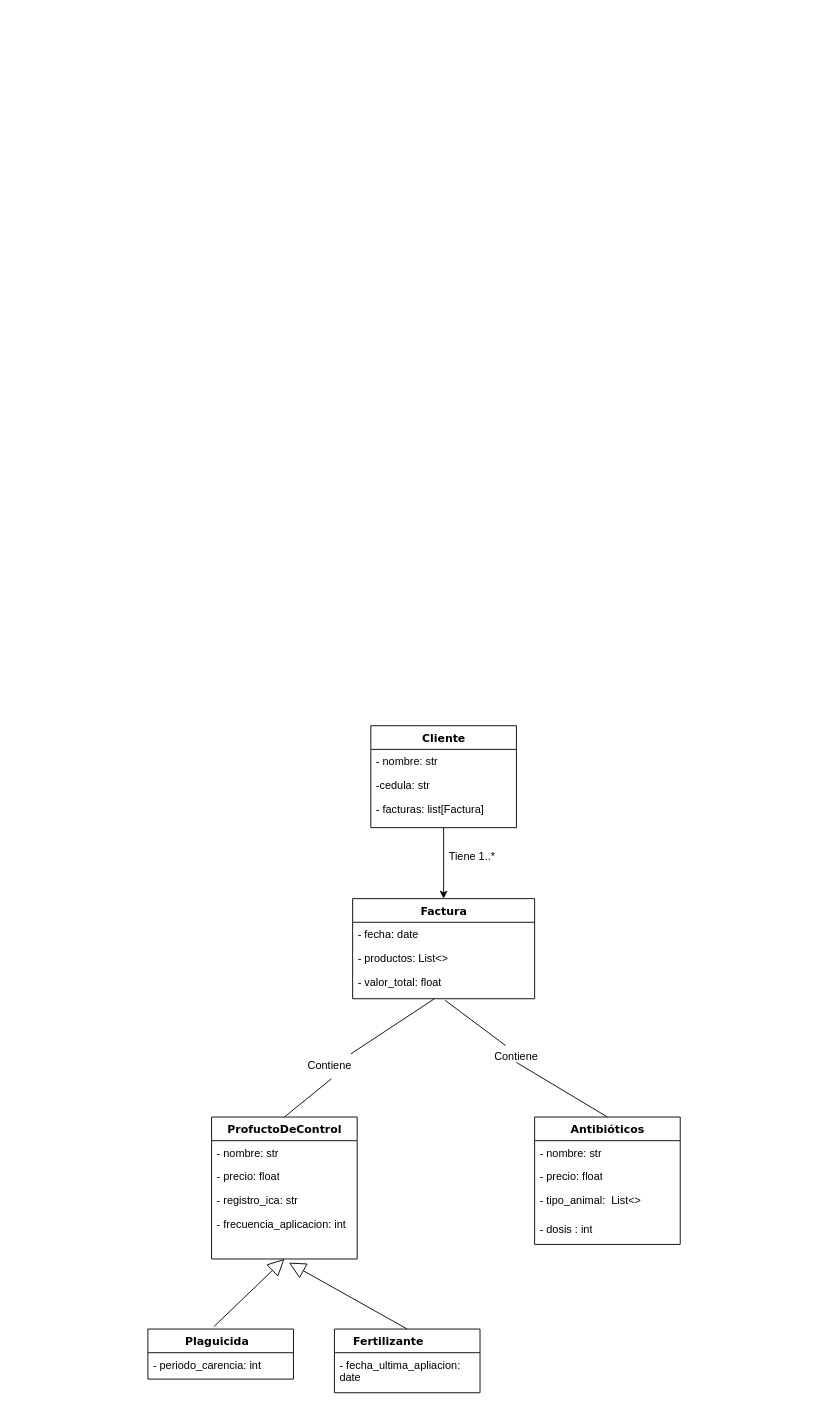
Above: Projecto_Facturacion.drawio in gpjuo2018/ProyectoFacturacion (draw.io), before the change. Source tidied: cells renumbered, new cells numbered last; positions are measured from the earlier drawing's top-left corner, leaving out a move shared by most shapes. Both pictures are drawn from the tidied source at 91%, with x=0, y=0 at pixel (147, 725).
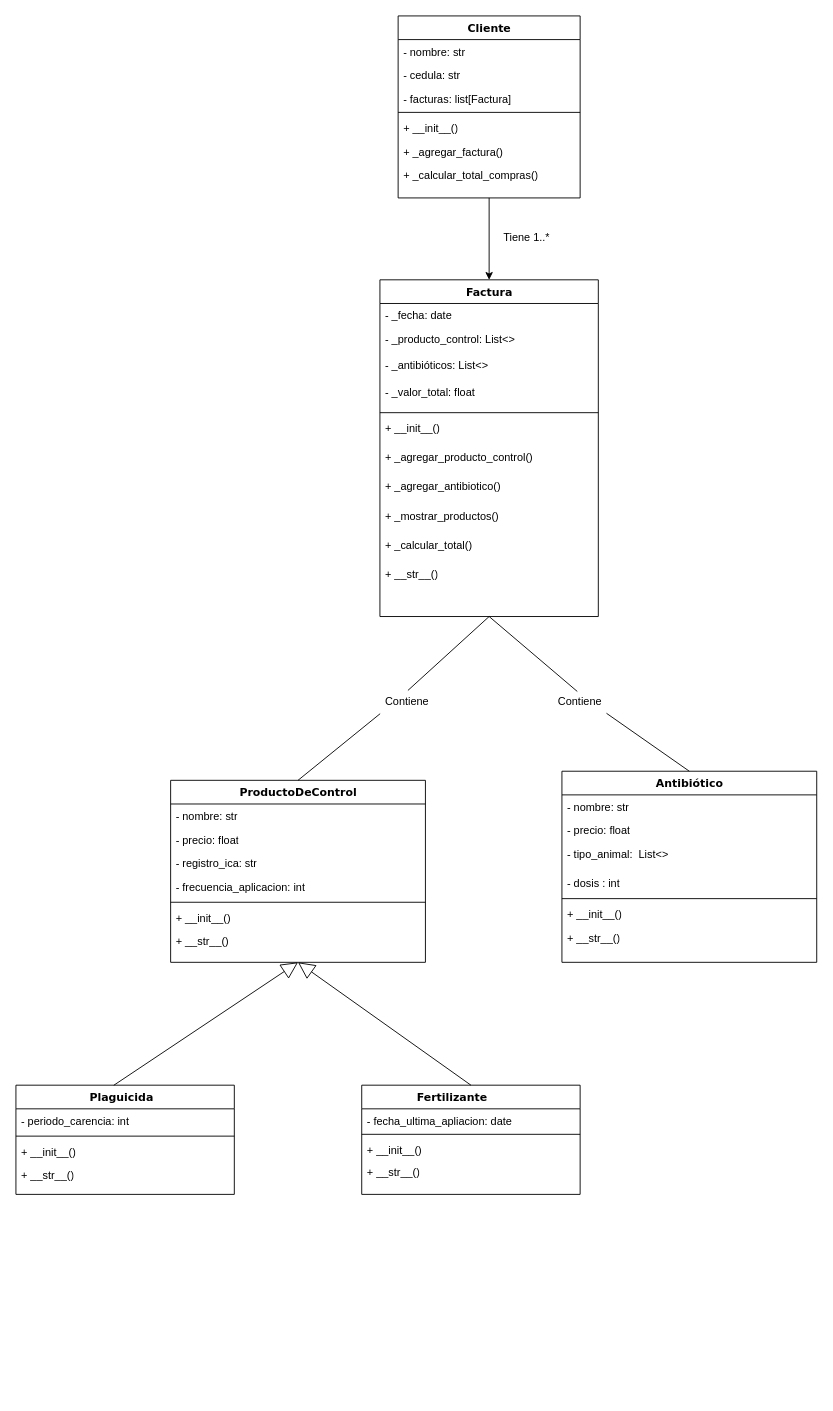
Above is the later version.

Change to the diagram source:
```diff
@@
-    <mxCell id="2" value="ProfuctoDeControl" style="swimlane;html=1;fontStyle=1;align=center;verticalAlign=top;horizontal=1;startSize=26;swimlaneFillColor=#ffffff;rounded=0;shadow=0;comic=0;labelBackgroundColor=none;strokeWidth=1;fillColor=none;fontFamily=Verdana;fontSize=12;" parent="1" vertex="1">
-      <mxGeometry x="70" y="430" width="160" height="156" as="geometry" />
+    <mxCell id="2" value="ProductoDeControl" style="swimlane;html=1;fontStyle=1;align=center;verticalAlign=top;horizontal=1;startSize=26;swimlaneFillColor=#ffffff;rounded=0;shadow=0;comic=0;labelBackgroundColor=none;strokeWidth=1;fillColor=none;fontFamily=Verdana;fontSize=12;" parent="1" vertex="1">
+      <mxGeometry x="25" y="60" width="280" height="200" as="geometry" />
     </mxCell>
     <mxCell id="3" value="&lt;div&gt;- nombre: str&lt;/div&gt;" style="text;html=1;strokeColor=none;fillColor=none;align=left;verticalAlign=top;spacingLeft=4;spacingRight=4;whiteSpace=wrap;overflow=hidden;" parent="2" vertex="1">
-      <mxGeometry y="26" width="160" height="26" as="geometry" />
+      <mxGeometry y="26" width="280" height="26" as="geometry" />
     </mxCell>
     <mxCell id="4" value="&lt;div&gt;- precio: float&lt;/div&gt;" style="text;html=1;strokeColor=none;fillColor=none;align=left;verticalAlign=top;spacingLeft=4;spacingRight=4;whiteSpace=wrap;overflow=hidden;" parent="2" vertex="1">
-      <mxGeometry y="52" width="160" height="26" as="geometry" />
+      <mxGeometry y="52" width="280" height="26" as="geometry" />
     </mxCell>
     <mxCell id="5" value="- registro_ica: str" style="text;html=1;strokeColor=none;fillColor=none;align=left;verticalAlign=top;spacingLeft=4;spacingRight=4;whiteSpace=wrap;overflow=hidden;" parent="2" vertex="1">
-      <mxGeometry y="78" width="160" height="26" as="geometry" />
+      <mxGeometry y="78" width="280" height="26" as="geometry" />
     </mxCell>
     <mxCell id="6" value="- frecuencia_aplicacion: int" style="text;html=1;strokeColor=none;fillColor=none;align=left;verticalAlign=top;spacingLeft=4;spacingRight=4;whiteSpace=wrap;overflow=hidden;" parent="2" vertex="1">
-      <mxGeometry y="104" width="160" height="26" as="geometry" />
+      <mxGeometry y="104" width="280" height="26" as="geometry" />
     </mxCell>
+    <mxCell id="34" style="line;strokeWidth=1;fillColor=none;align=left;verticalAlign=middle;spacingTop=-1;spacingLeft=3;spacingRight=3;labelPosition=right;strokeColor=inherit;" parent="2" vertex="1">
+      <mxGeometry y="130" width="280" height="8" as="geometry" />
+    </mxCell>
+    <mxCell id="35" value="+&amp;nbsp;__init__()" style="text;html=1;strokeColor=none;fillColor=none;align=left;verticalAlign=top;spacingLeft=4;spacingRight=4;whiteSpace=wrap;overflow=hidden;" parent="2" vertex="1">
+      <mxGeometry y="138" width="280" height="26" as="geometry" />
+    </mxCell>
+    <mxCell id="36" value="+&amp;nbsp;__str__()" style="text;html=1;strokeColor=none;fillColor=none;align=left;verticalAlign=top;spacingLeft=4;spacingRight=4;whiteSpace=wrap;overflow=hidden;" parent="2" vertex="1">
+      <mxGeometry y="164" width="280" height="26" as="geometry" />
+    </mxCell>
     <mxCell id="7" value="Cliente" style="swimlane;html=1;fontStyle=1;align=center;verticalAlign=top;horizontal=1;startSize=26;swimlaneFillColor=#ffffff;rounded=0;shadow=0;comic=0;labelBackgroundColor=none;strokeWidth=1;fillColor=none;fontFamily=Verdana;fontSize=12;" parent="1" vertex="1">
-      <mxGeometry x="245" width="160" height="112" as="geometry" />
+      <mxGeometry x="275" y="-780" width="200" height="200" as="geometry" />
     </mxCell>
     <mxCell id="8" value="- nombre: str" style="text;html=1;strokeColor=none;fillColor=none;align=left;verticalAlign=top;spacingLeft=4;spacingRight=4;whiteSpace=wrap;overflow=hidden;" parent="7" vertex="1">
-      <mxGeometry y="26" width="160" height="26" as="geometry" />
+      <mxGeometry y="26" width="200" height="26" as="geometry" />
     </mxCell>
-    <mxCell id="9" value="-cedula: str" style="text;html=1;strokeColor=none;fillColor=none;align=left;verticalAlign=top;spacingLeft=4;spacingRight=4;whiteSpace=wrap;overflow=hidden;" parent="7" vertex="1">
-      <mxGeometry y="52" width="160" height="26" as="geometry" />
+    <mxCell id="9" value="- cedula: str" style="text;html=1;strokeColor=none;fillColor=none;align=left;verticalAlign=top;spacingLeft=4;spacingRight=4;whiteSpace=wrap;overflow=hidden;" parent="7" vertex="1">
+      <mxGeometry y="52" width="200" height="26" as="geometry" />
     </mxCell>
     <mxCell id="10" value="- facturas: list[Factura]" style="text;html=1;strokeColor=none;fillColor=none;align=left;verticalAlign=top;spacingLeft=4;spacingRight=4;whiteSpace=wrap;overflow=hidden;" parent="7" vertex="1">
-      <mxGeometry y="78" width="160" height="24" as="geometry" />
+      <mxGeometry y="78" width="200" height="24" as="geometry" />
     </mxCell>
+    <mxCell id="37" style="line;strokeWidth=1;fillColor=none;align=left;verticalAlign=middle;spacingTop=-1;spacingLeft=3;spacingRight=3;labelPosition=right;strokeColor=inherit;" parent="7" vertex="1">
+      <mxGeometry y="102" width="200" height="8" as="geometry" />
+    </mxCell>
+    <mxCell id="38" value="+ __init__()" style="text;strokeColor=none;fillColor=none;align=left;verticalAlign=top;spacingLeft=4;spacingRight=4;overflow=hidden;whiteSpace=wrap;html=1;" parent="7" vertex="1">
+      <mxGeometry y="110" width="200" height="26" as="geometry" />
+    </mxCell>
+    <mxCell id="39" value="+ _agregar_factura()" style="text;strokeColor=none;fillColor=none;align=left;verticalAlign=top;spacingLeft=4;spacingRight=4;overflow=hidden;whiteSpace=wrap;html=1;" parent="7" vertex="1">
+      <mxGeometry y="136" width="200" height="26" as="geometry" />
+    </mxCell>
+    <mxCell id="40" value="+&amp;nbsp;_calcular_total_compras()" style="text;strokeColor=none;fillColor=none;align=left;verticalAlign=top;spacingLeft=4;spacingRight=4;overflow=hidden;whiteSpace=wrap;html=1;" parent="7" vertex="1">
+      <mxGeometry y="162" width="200" height="26" as="geometry" />
+    </mxCell>
-    <mxCell id="11" value="Antibióticos" style="swimlane;html=1;fontStyle=1;align=center;verticalAlign=top;horizontal=1;startSize=26;swimlaneFillColor=#ffffff;rounded=0;shadow=0;comic=0;labelBackgroundColor=none;strokeWidth=1;fillColor=none;fontFamily=Verdana;fontSize=12;" parent="1" vertex="1">
-      <mxGeometry x="425" y="430" width="160" height="140" as="geometry" />
+    <mxCell id="11" value="Antibiótico" style="swimlane;html=1;fontStyle=1;align=center;verticalAlign=top;horizontal=1;startSize=26;swimlaneFillColor=#ffffff;rounded=0;shadow=0;comic=0;labelBackgroundColor=none;strokeWidth=1;fillColor=none;fontFamily=Verdana;fontSize=12;" parent="1" vertex="1">
+      <mxGeometry x="455" y="50" width="280" height="210" as="geometry" />
     </mxCell>
     <mxCell id="12" value="&lt;div&gt;- nombre: str&lt;/div&gt;" style="text;html=1;strokeColor=none;fillColor=none;align=left;verticalAlign=top;spacingLeft=4;spacingRight=4;whiteSpace=wrap;overflow=hidden;" parent="11" vertex="1">
-      <mxGeometry y="26" width="160" height="26" as="geometry" />
+      <mxGeometry y="26" width="280" height="26" as="geometry" />
     </mxCell>
     <mxCell id="13" value="&lt;div&gt;- precio: float&lt;/div&gt;" style="text;html=1;strokeColor=none;fillColor=none;align=left;verticalAlign=top;spacingLeft=4;spacingRight=4;whiteSpace=wrap;overflow=hidden;" parent="11" vertex="1">
-      <mxGeometry y="52" width="160" height="26" as="geometry" />
+      <mxGeometry y="52" width="280" height="26" as="geometry" />
     </mxCell>
     <mxCell id="14" value="- tipo_animal: &amp;nbsp;List&amp;lt;&amp;gt;" style="text;html=1;strokeColor=none;fillColor=none;align=left;verticalAlign=top;spacingLeft=4;spacingRight=4;whiteSpace=wrap;overflow=hidden;" parent="11" vertex="1">
-      <mxGeometry y="78" width="160" height="32" as="geometry" />
+      <mxGeometry y="78" width="280" height="32" as="geometry" />
     </mxCell>
     <mxCell id="15" value="- dosis : int&lt;div&gt;&lt;br&gt;&lt;/div&gt;" style="text;html=1;strokeColor=none;fillColor=none;align=left;verticalAlign=top;spacingLeft=4;spacingRight=4;whiteSpace=wrap;overflow=hidden;" parent="11" vertex="1">
-      <mxGeometry y="110" width="160" height="26" as="geometry" />
+      <mxGeometry y="110" width="280" height="26" as="geometry" />
     </mxCell>
+    <mxCell id="41" style="line;strokeWidth=1;fillColor=none;align=left;verticalAlign=middle;spacingTop=-1;spacingLeft=3;spacingRight=3;labelPosition=right;strokeColor=inherit;" parent="11" vertex="1">
+      <mxGeometry y="136" width="280" height="8" as="geometry" />
+    </mxCell>
+    <mxCell id="42" value="&lt;div&gt;+&amp;nbsp;__init__()&lt;/div&gt;" style="text;html=1;strokeColor=none;fillColor=none;align=left;verticalAlign=top;spacingLeft=4;spacingRight=4;whiteSpace=wrap;overflow=hidden;" parent="11" vertex="1">
+      <mxGeometry y="144" width="280" height="26" as="geometry" />
+    </mxCell>
+    <mxCell id="43" value="&lt;div&gt;+ __str__()&lt;/div&gt;" style="text;html=1;strokeColor=none;fillColor=none;align=left;verticalAlign=top;spacingLeft=4;spacingRight=4;whiteSpace=wrap;overflow=hidden;" parent="11" vertex="1">
+      <mxGeometry y="170" width="280" height="26" as="geometry" />
+    </mxCell>
     <mxCell id="16" value="Factura" style="swimlane;html=1;fontStyle=1;align=center;verticalAlign=top;horizontal=1;startSize=26;swimlaneFillColor=#ffffff;rounded=0;shadow=0;comic=0;labelBackgroundColor=none;strokeWidth=1;fillColor=none;fontFamily=Verdana;fontSize=12;" parent="1" vertex="1">
-      <mxGeometry x="225" y="190" width="200" height="110" as="geometry" />
+      <mxGeometry x="255" y="-490" width="240" height="370" as="geometry" />
     </mxCell>
-    <mxCell id="17" value="- fecha: date&amp;nbsp;" style="text;html=1;strokeColor=none;fillColor=none;align=left;verticalAlign=top;spacingLeft=4;spacingRight=4;whiteSpace=wrap;overflow=hidden;" parent="16" vertex="1">
-      <mxGeometry y="26" width="200" height="26" as="geometry" />
+    <mxCell id="17" value="- _fecha: date&amp;nbsp;" style="text;html=1;strokeColor=none;fillColor=none;align=left;verticalAlign=top;spacingLeft=4;spacingRight=4;whiteSpace=wrap;overflow=hidden;" parent="16" vertex="1">
+      <mxGeometry y="26" width="240" height="26" as="geometry" />
     </mxCell>
-    <mxCell id="18" value="- productos: List&amp;lt;&amp;gt;" style="text;html=1;strokeColor=none;fillColor=none;align=left;verticalAlign=top;spacingLeft=4;spacingRight=4;whiteSpace=wrap;overflow=hidden;" parent="16" vertex="1">
-      <mxGeometry y="52" width="200" height="26" as="geometry" />
+    <mxCell id="18" value="- _producto_control: List&amp;lt;&amp;gt;&lt;div&gt;&lt;br&gt;&lt;/div&gt;&lt;div&gt;&lt;span style=&quot;background-color: transparent; color: light-dark(rgb(0, 0, 0), rgb(255, 255, 255));&quot;&gt;- _antibióticos: List&amp;lt;&amp;gt;&lt;/span&gt;&lt;/div&gt;" style="text;html=1;strokeColor=none;fillColor=none;align=left;verticalAlign=top;spacingLeft=4;spacingRight=4;whiteSpace=wrap;overflow=hidden;" parent="16" vertex="1">
+      <mxGeometry y="52" width="240" height="58" as="geometry" />
     </mxCell>
-    <mxCell id="19" value="- valor_total: float" style="text;html=1;strokeColor=none;fillColor=none;align=left;verticalAlign=top;spacingLeft=4;spacingRight=4;whiteSpace=wrap;overflow=hidden;points=[[0,0.5],[1,0.5]];portConstraint=eastwest;" parent="16" vertex="1">
-      <mxGeometry y="78" width="200" height="32" as="geometry" />
+    <mxCell id="19" value="- _valor_total: float" style="text;html=1;strokeColor=none;fillColor=none;align=left;verticalAlign=top;spacingLeft=4;spacingRight=4;whiteSpace=wrap;overflow=hidden;points=[[0,0.5],[1,0.5]];portConstraint=eastwest;" parent="16" vertex="1">
+      <mxGeometry y="110" width="240" height="32" as="geometry" />
     </mxCell>
+    <mxCell id="44" style="line;strokeWidth=1;fillColor=none;align=left;verticalAlign=middle;spacingTop=-1;spacingLeft=3;spacingRight=3;labelPosition=right;strokeColor=inherit;" parent="16" vertex="1">
+      <mxGeometry y="142" width="240" height="8" as="geometry" />
+    </mxCell>
+    <mxCell id="45" value="+&amp;nbsp;__init__()" style="text;html=1;strokeColor=none;fillColor=none;align=left;verticalAlign=top;spacingLeft=4;spacingRight=4;whiteSpace=wrap;overflow=hidden;" parent="16" vertex="1">
+      <mxGeometry y="150" width="240" height="32" as="geometry" />
+    </mxCell>
+    <mxCell id="46" value="+&amp;nbsp;_agregar_producto_control()" style="text;html=1;strokeColor=none;fillColor=none;align=left;verticalAlign=top;spacingLeft=4;spacingRight=4;whiteSpace=wrap;overflow=hidden;" parent="16" vertex="1">
+      <mxGeometry y="182" width="240" height="32" as="geometry" />
+    </mxCell>
+    <mxCell id="47" value="+&amp;nbsp;_agregar_antibiotico()" style="text;html=1;strokeColor=none;fillColor=none;align=left;verticalAlign=top;spacingLeft=4;spacingRight=4;whiteSpace=wrap;overflow=hidden;" parent="16" vertex="1">
+      <mxGeometry y="214" width="240" height="32" as="geometry" />
+    </mxCell>
+    <mxCell id="48" value="+&amp;nbsp;_mostrar_productos()" style="text;html=1;strokeColor=none;fillColor=none;align=left;verticalAlign=top;spacingLeft=4;spacingRight=4;whiteSpace=wrap;overflow=hidden;" parent="16" vertex="1">
+      <mxGeometry y="246" width="240" height="32" as="geometry" />
+    </mxCell>
+    <mxCell id="49" value="+&amp;nbsp;_calcular_total()" style="text;html=1;strokeColor=none;fillColor=none;align=left;verticalAlign=top;spacingLeft=4;spacingRight=4;whiteSpace=wrap;overflow=hidden;" parent="16" vertex="1">
+      <mxGeometry y="278" width="240" height="32" as="geometry" />
+    </mxCell>
+    <mxCell id="50" value="+&amp;nbsp;__str__()" style="text;html=1;strokeColor=none;fillColor=none;align=left;verticalAlign=top;spacingLeft=4;spacingRight=4;whiteSpace=wrap;overflow=hidden;" parent="16" vertex="1">
+      <mxGeometry y="310" width="240" height="32" as="geometry" />
+    </mxCell>
     <mxCell id="20" value="Plaguicida&amp;nbsp;&amp;nbsp;" style="swimlane;html=1;fontStyle=1;align=center;verticalAlign=top;horizontal=1;startSize=26;swimlaneFillColor=#ffffff;rounded=0;shadow=0;comic=0;labelBackgroundColor=none;strokeWidth=1;fillColor=none;fontFamily=Verdana;fontSize=12;" parent="1" vertex="1">
-      <mxGeometry y="663" width="160" height="55" as="geometry" />
+      <mxGeometry x="-145" y="395" width="240" height="120" as="geometry" />
     </mxCell>
     <mxCell id="21" value="- periodo_carencia: int&amp;nbsp;&lt;div&gt;&lt;br&gt;&lt;/div&gt;" style="text;html=1;strokeColor=none;fillColor=none;align=left;verticalAlign=top;spacingLeft=4;spacingRight=4;whiteSpace=wrap;overflow=hidden;" parent="20" vertex="1">
-      <mxGeometry y="26" width="160" height="26" as="geometry" />
+      <mxGeometry y="26" width="240" height="26" as="geometry" />
     </mxCell>
-    <mxCell id="22" value="Fertilizante&amp;nbsp; &amp;nbsp; &amp;nbsp; &amp;nbsp; &amp;nbsp;&amp;nbsp;" style="swimlane;html=1;fontStyle=1;align=center;verticalAlign=top;horizontal=1;startSize=26;swimlaneFillColor=#ffffff;rounded=0;shadow=0;comic=0;labelBackgroundColor=none;strokeWidth=1;fillColor=none;fontFamily=Verdana;fontSize=12;" parent="1" vertex="1">
-      <mxGeometry x="205" y="663" width="160" height="70" as="geometry" />
-    </mxCell>
-    <mxCell id="23" value="- fecha_ultima_apliacion: date&amp;nbsp; &amp;nbsp; &amp;nbsp; &amp;nbsp; &amp;nbsp; &amp;nbsp; &amp;nbsp; &amp;nbsp; &amp;nbsp; &amp;nbsp; &amp;nbsp;" style="text;html=1;strokeColor=none;fillColor=none;align=left;verticalAlign=top;spacingLeft=4;spacingRight=4;whiteSpace=wrap;overflow=hidden;" parent="22" vertex="1">
-      <mxGeometry y="26" width="160" height="44" as="geometry" />
-    </mxCell>
+    <mxCell id="51" style="line;strokeWidth=1;fillColor=none;align=left;verticalAlign=middle;spacingTop=-1;spacingLeft=3;spacingRight=3;labelPosition=right;strokeColor=inherit;" parent="20" vertex="1">
+      <mxGeometry y="52" width="240" height="8" as="geometry" />
+    </mxCell>
+    <mxCell id="52" value="&lt;div&gt;+&amp;nbsp;__init__()&lt;/div&gt;" style="text;html=1;strokeColor=none;fillColor=none;align=left;verticalAlign=top;spacingLeft=4;spacingRight=4;whiteSpace=wrap;overflow=hidden;" parent="20" vertex="1">
+      <mxGeometry y="60" width="240" height="26" as="geometry" />
+    </mxCell>
+    <mxCell id="53" value="&lt;div&gt;+&amp;nbsp;__str__()&lt;/div&gt;" style="text;html=1;strokeColor=none;fillColor=none;align=left;verticalAlign=top;spacingLeft=4;spacingRight=4;whiteSpace=wrap;overflow=hidden;" parent="20" vertex="1">
+      <mxGeometry y="86" width="240" height="26" as="geometry" />
+    </mxCell>
-    <mxCell id="24" style="endArrow=block;endSize=16;endFill=0;html=1;rounded=0;exitX=0.454;exitY=-0.05;exitDx=0;exitDy=0;exitPerimeter=0;entryX=0.5;entryY=1;entryDx=0;entryDy=0;" parent="1" edge="1" source="20" target="2">
+    <mxCell id="24" style="endArrow=block;endSize=16;endFill=0;html=1;rounded=0;exitX=0.448;exitY=0.001;exitDx=0;exitDy=0;exitPerimeter=0;entryX=0.5;entryY=1;entryDx=0;entryDy=0;" parent="1" edge="1" source="20" target="2">
       <mxGeometry x="-0.12" y="50" relative="1" as="geometry" />
     </mxCell>
     <mxCell id="25" style="endArrow=block;endSize=16;endFill=0;html=1;rounded=0;exitX=0.5;exitY=0;exitDx=0;exitDy=0;" parent="1" edge="1" source="22">
       <mxGeometry x="-0.12" y="50" relative="1" as="geometry">
-        <mxPoint x="155" y="590" as="targetPoint" />
+        <mxPoint x="165" y="260" as="targetPoint" />
       </mxGeometry>
     </mxCell>
     <mxCell id="26" value="Contiene" style="text;html=1;strokeColor=none;fillColor=none;align=left;verticalAlign=top;spacingLeft=4;spacingRight=4;whiteSpace=wrap;overflow=hidden;points=[[0,0.5],[1,0.5]];portConstraint=eastwest;" parent="1" vertex="1">
-      <mxGeometry x="170" y="360" width="60" height="26" as="geometry" />
+      <mxGeometry x="255" y="-40" width="60" height="26" as="geometry" />
     </mxCell>
     <mxCell id="27" value="Contiene" style="text;html=1;strokeColor=none;fillColor=none;align=left;verticalAlign=top;spacingLeft=4;spacingRight=4;whiteSpace=wrap;overflow=hidden;points=[[0,0.5],[1,0.5]];portConstraint=eastwest;" parent="1" vertex="1">
-      <mxGeometry x="375" y="350" width="60" height="26" as="geometry" />
+      <mxGeometry x="445" y="-40" width="60" height="26" as="geometry" />
     </mxCell>
-    <mxCell id="28" style="endArrow=none;html=1;rounded=0;exitX=0.5;exitY=0;exitDx=0;exitDy=0;" parent="1" edge="1" source="11">
-      <mxGeometry relative="1" as="geometry">
-        <mxPoint x="405" y="370" as="targetPoint" />
-      </mxGeometry>
+    <mxCell id="28" style="endArrow=none;html=1;rounded=0;exitX=0.5;exitY=0;exitDx=0;exitDy=0;entryX=0.983;entryY=1.013;entryDx=0;entryDy=0;entryPerimeter=0;" parent="1" edge="1" source="11" target="27">
+      <mxGeometry relative="1" as="geometry" />
     </mxCell>
-    <mxCell id="29" style="endArrow=none;html=1;rounded=0;entryX=0.301;entryY=0.053;entryDx=0;entryDy=0;entryPerimeter=0;exitX=0.509;exitY=1.058;exitDx=0;exitDy=0;exitPerimeter=0;" parent="1" edge="1" source="19" target="27">
+    <mxCell id="29" style="endArrow=none;html=1;rounded=0;entryX=0.448;entryY=0.09;entryDx=0;entryDy=0;entryPerimeter=0;exitX=0.5;exitY=1;exitDx=0;exitDy=0;" parent="1" edge="1" source="16" target="27">
       <mxGeometry relative="1" as="geometry" />
     </mxCell>
-    <mxCell id="30" style="endArrow=none;html=1;rounded=0;entryX=0.886;entryY=0.02;entryDx=0;entryDy=0;entryPerimeter=0;" parent="1" edge="1" target="26">
-      <mxGeometry relative="1" as="geometry">
-        <mxPoint x="315" y="300" as="sourcePoint" />
-      </mxGeometry>
+    <mxCell id="30" style="endArrow=none;html=1;rounded=0;entryX=0.513;entryY=0.047;entryDx=0;entryDy=0;entryPerimeter=0;exitX=0.5;exitY=1;exitDx=0;exitDy=0;" parent="1" edge="1" source="16" target="26">
+      <mxGeometry relative="1" as="geometry" />
     </mxCell>
-    <mxCell id="31" style="endArrow=none;html=1;rounded=0;exitX=0.5;exitY=0;exitDx=0;exitDy=0;entryX=0.53;entryY=1.075;entryDx=0;entryDy=0;entryPerimeter=0;" parent="1" edge="1" source="2" target="26">
+    <mxCell id="31" style="endArrow=none;html=1;rounded=0;exitX=0.5;exitY=0;exitDx=0;exitDy=0;entryX=0.004;entryY=1.03;entryDx=0;entryDy=0;entryPerimeter=0;" parent="1" edge="1" source="2" target="26">
       <mxGeometry relative="1" as="geometry" />
     </mxCell>
     <mxCell id="32" value="Tiene 1..*" style="text;html=1;strokeColor=none;fillColor=none;align=left;verticalAlign=top;spacingLeft=4;spacingRight=4;whiteSpace=wrap;overflow=hidden;" parent="1" vertex="1">
-      <mxGeometry x="325" y="130" width="70" height="40" as="geometry" />
+      <mxGeometry x="385" y="-550" width="70" height="40" as="geometry" />
     </mxCell>
@@
+    <mxCell id="22" value="Fertilizante&amp;nbsp; &amp;nbsp; &amp;nbsp; &amp;nbsp; &amp;nbsp;&amp;nbsp;" style="swimlane;html=1;fontStyle=1;align=center;verticalAlign=top;horizontal=1;startSize=26;swimlaneFillColor=#ffffff;rounded=0;shadow=0;comic=0;labelBackgroundColor=none;strokeWidth=1;fillColor=none;fontFamily=Verdana;fontSize=12;" parent="1" vertex="1">
+      <mxGeometry x="235" y="395" width="240" height="120" as="geometry" />
+    </mxCell>
+    <mxCell id="23" value="- fecha_ultima_apliacion: date&amp;nbsp; &amp;nbsp; &amp;nbsp; &amp;nbsp; &amp;nbsp; &amp;nbsp; &amp;nbsp; &amp;nbsp; &amp;nbsp; &amp;nbsp; &amp;nbsp;" style="text;html=1;strokeColor=none;fillColor=none;align=left;verticalAlign=top;spacingLeft=4;spacingRight=4;whiteSpace=wrap;overflow=hidden;" parent="22" vertex="1">
+      <mxGeometry y="26" width="240" height="24" as="geometry" />
+    </mxCell>
+    <mxCell id="54" style="line;strokeWidth=1;fillColor=none;align=left;verticalAlign=middle;spacingTop=-1;spacingLeft=3;spacingRight=3;labelPosition=right;strokeColor=inherit;" parent="22" vertex="1">
+      <mxGeometry y="50" width="240" height="8" as="geometry" />
+    </mxCell>
+    <mxCell id="55" value="+&amp;nbsp;__init__()" style="text;html=1;strokeColor=none;fillColor=none;align=left;verticalAlign=top;spacingLeft=4;spacingRight=4;whiteSpace=wrap;overflow=hidden;" parent="22" vertex="1">
+      <mxGeometry y="58" width="240" height="24" as="geometry" />
+    </mxCell>
+    <mxCell id="56" value="+ __str__()" style="text;html=1;strokeColor=none;fillColor=none;align=left;verticalAlign=top;spacingLeft=4;spacingRight=4;whiteSpace=wrap;overflow=hidden;" parent="22" vertex="1">
+      <mxGeometry y="82" width="240" height="24" as="geometry" />
+    </mxCell>
```
